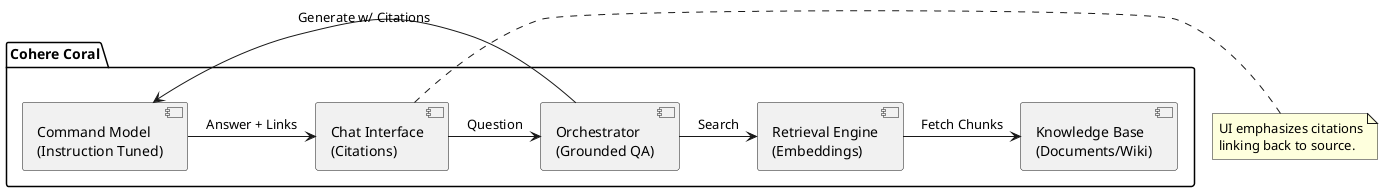
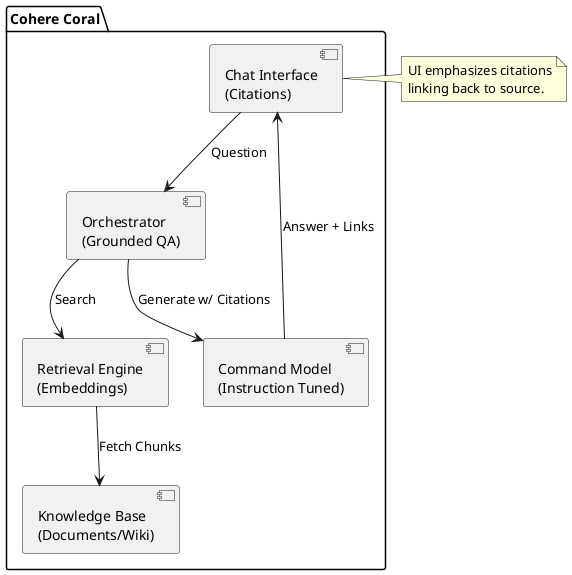
@startuml
' Product: Cohere Coral / Command
' URL: https://cohere.com/coral

package "Cohere Coral" {
    [Chat Interface\n(Citations)] as UI
    [Orchestrator\n(Grounded QA)] as ORCH
    [Retrieval Engine\n(Embeddings)] as RET
    [Knowledge Base\n(Documents/Wiki)] as KB
    [Command Model\n(Instruction Tuned)] as MDL
}

- UI -> ORCH : "Question"
- ORCH -> RET : "Search"
- RET -> KB : "Fetch Chunks"
- ORCH -> MDL : "Generate w/ Citations"
- MDL -> UI : "Answer + Links"
+ UI --> ORCH : "Question"
+ ORCH --> RET : "Search"
+ RET --> KB : "Fetch Chunks"
+ ORCH --> MDL : "Generate w/ Citations"
+ MDL --> UI : "Answer + Links"

note right of UI
  UI emphasizes citations
  linking back to source.
end note
@enduml
